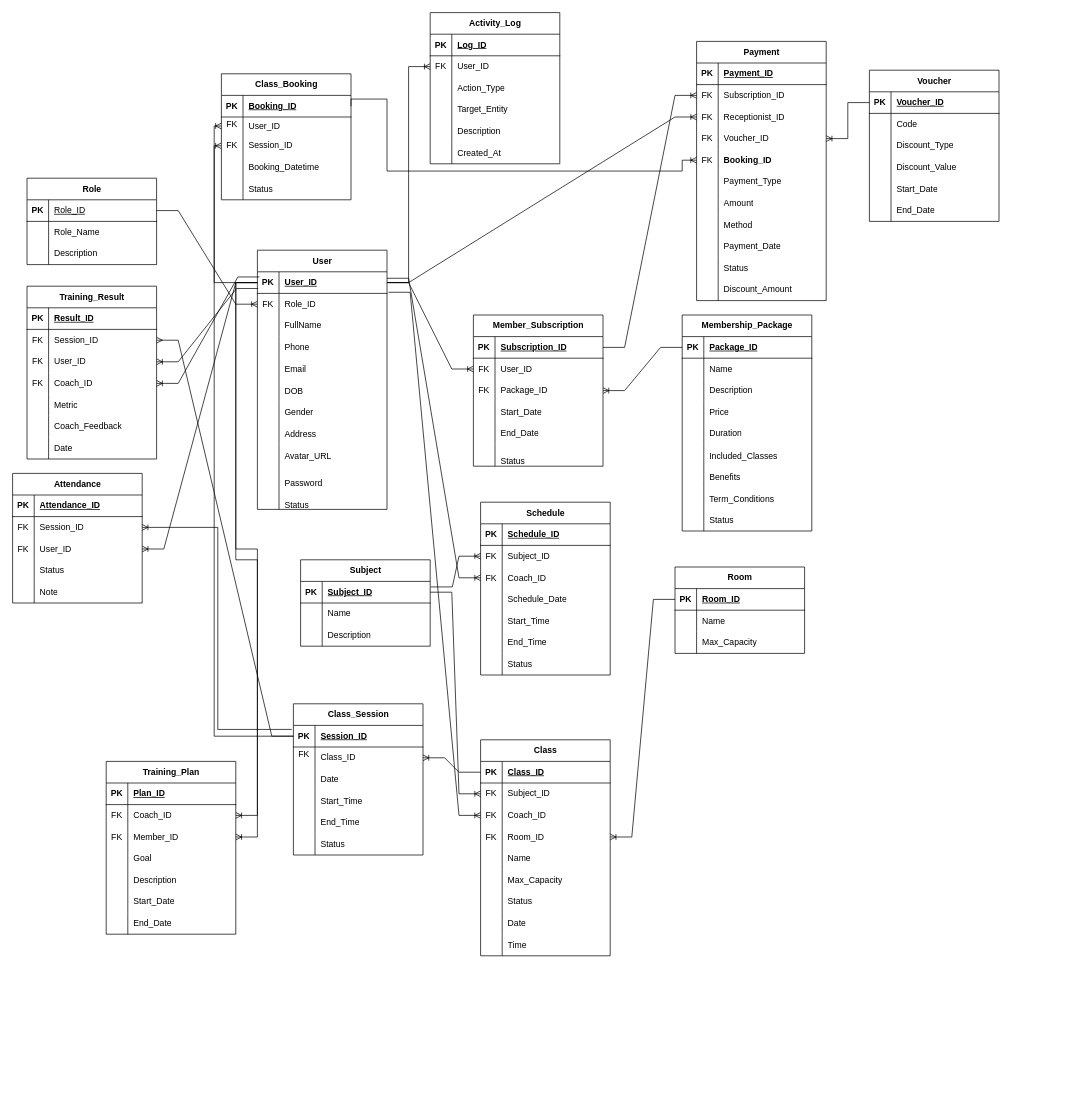
Before: docs/erd/logical-erd.drawio in SWP391-GROUP-3-26/BE-SWP, a draw.io diagram. Source tidied: cells renumbered, new cells numbered last; positions are measured from the earlier drawing's top-left corner, leaving out a move shared by most shapes. Both pictures are drawn from the tidied source at 72%, with x=0, y=0 at pixel (12, 12).
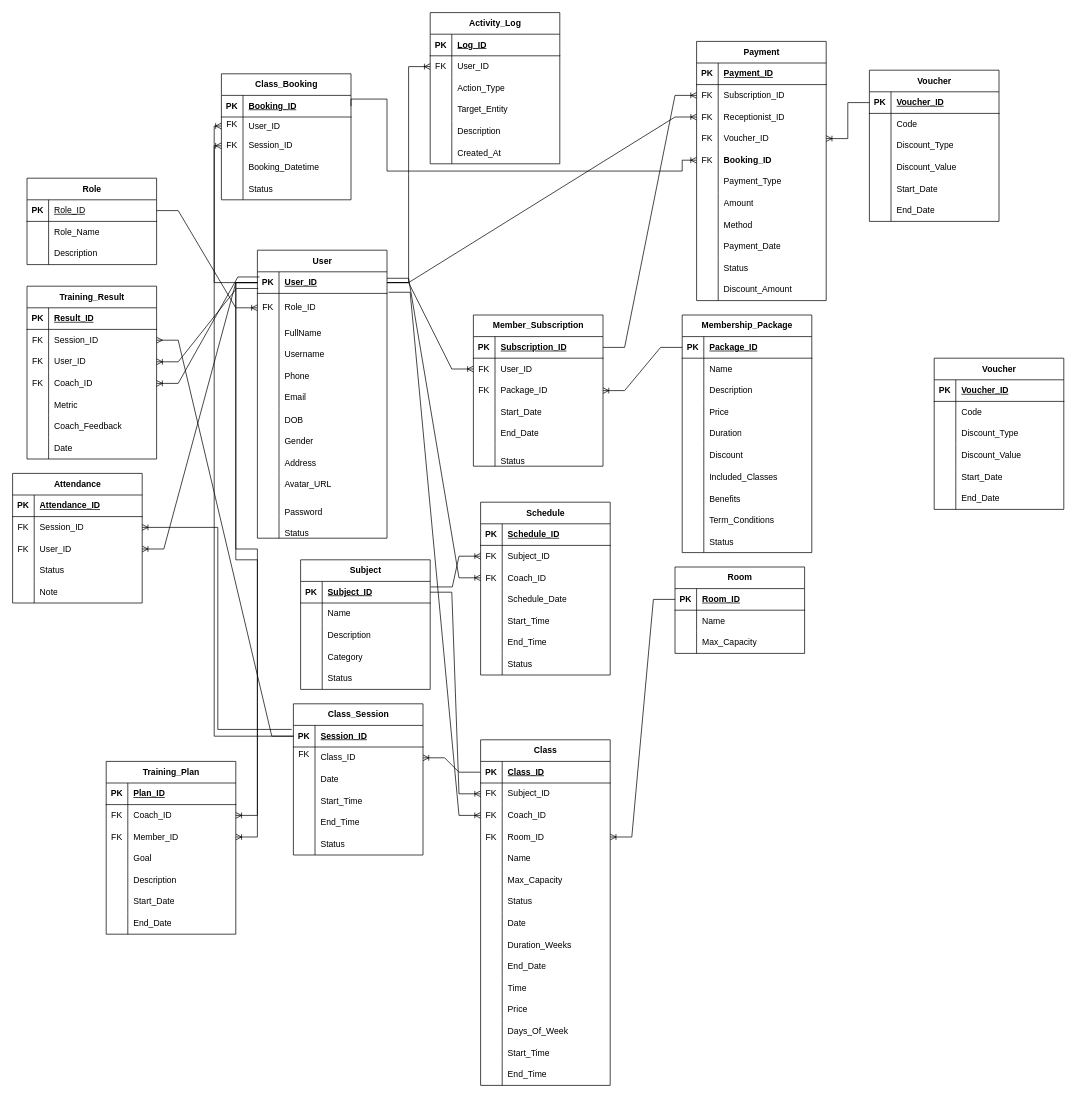
The same diagram, later.

Change to the diagram source:
```diff
@@
     <mxCell id="12" value="User" style="shape=table;startSize=30;childLayout=tableLayout;rowLines=0;fontStyle=1;align=center;html=1;" parent="1" vertex="1">
-      <mxGeometry x="340" y="330" width="180" height="360" as="geometry" />
+      <mxGeometry x="340" y="330" width="180" height="400" as="geometry" />
     </mxCell>
@@
     <mxCell id="16" style="shape=tableRow;horizontal=0;startSize=0;swimlaneHead=0;swimlaneBody=0;fillColor=none;points=[[0,0.5],[1,0.5]];portConstraint=eastwest;top=0;left=0;right=0;bottom=0;" parent="12" vertex="1">
-      <mxGeometry y="60" width="180" height="30" as="geometry" />
+      <mxGeometry y="60" width="180" height="40" as="geometry" />
     </mxCell>
     <mxCell id="17" value="FK" style="shape=partialRectangle;fillColor=none;top=0;left=0;bottom=0;right=0;overflow=hidden;whiteSpace=wrap;html=1;" parent="16" vertex="1">
-      <mxGeometry width="30" height="30" as="geometry" />
+      <mxGeometry width="30" height="40" as="geometry" />
     </mxCell>
     <mxCell id="18" value="Role_ID" style="shape=partialRectangle;fillColor=none;top=0;left=0;bottom=0;right=0;align=left;spacingLeft=6;overflow=hidden;whiteSpace=wrap;html=1;" parent="16" vertex="1">
-      <mxGeometry x="30" width="150" height="30" as="geometry" />
+      <mxGeometry x="30" width="150" height="40" as="geometry" />
     </mxCell>
     <mxCell id="19" style="shape=tableRow;horizontal=0;startSize=0;swimlaneHead=0;swimlaneBody=0;fillColor=none;top=0;left=0;right=0;bottom=0;" parent="12" vertex="1">
-      <mxGeometry y="90" width="180" height="30" as="geometry" />
+      <mxGeometry y="100" width="180" height="30" as="geometry" />
     </mxCell>
@@
+    <mxCell id="353" style="shape=tableRow;horizontal=0;startSize=0;swimlaneHead=0;swimlaneBody=0;fillColor=none;top=0;left=0;right=0;bottom=0;" parent="12" vertex="1">
+      <mxGeometry y="130" width="180" height="30" as="geometry" />
+    </mxCell>
+    <mxCell id="354" style="shape=partialRectangle;fillColor=none;top=0;left=0;bottom=0;right=0;overflow=hidden;whiteSpace=wrap;html=1;" parent="353" vertex="1">
+      <mxGeometry width="30" height="30" as="geometry" />
+    </mxCell>
+    <mxCell id="355" value="Username" style="shape=partialRectangle;fillColor=none;top=0;left=0;bottom=0;right=0;align=left;spacingLeft=6;overflow=hidden;whiteSpace=wrap;html=1;" parent="353" vertex="1">
+      <mxGeometry x="30" width="150" height="30" as="geometry" />
+    </mxCell>
     <mxCell id="22" style="shape=tableRow;horizontal=0;startSize=0;swimlaneHead=0;swimlaneBody=0;fillColor=none;top=0;left=0;right=0;bottom=0;" parent="12" vertex="1">
-      <mxGeometry y="120" width="180" height="30" as="geometry" />
+      <mxGeometry y="160" width="180" height="30" as="geometry" />
     </mxCell>
@@
     <mxCell id="25" style="shape=tableRow;horizontal=0;startSize=0;swimlaneHead=0;swimlaneBody=0;fillColor=none;top=0;left=0;right=0;bottom=0;" parent="12" vertex="1">
-      <mxGeometry y="150" width="180" height="30" as="geometry" />
+      <mxGeometry y="190" width="180" height="30" as="geometry" />
     </mxCell>
@@
     <mxCell id="28" style="shape=tableRow;horizontal=0;startSize=0;swimlaneHead=0;swimlaneBody=0;fillColor=none;top=0;left=0;right=0;bottom=0;" parent="12" vertex="1">
-      <mxGeometry y="180" width="180" height="30" as="geometry" />
+      <mxGeometry y="220" width="180" height="30" as="geometry" />
     </mxCell>
@@
     <mxCell id="31" style="shape=tableRow;horizontal=0;startSize=0;swimlaneHead=0;swimlaneBody=0;fillColor=none;top=0;left=0;right=0;bottom=0;" parent="12" vertex="1">
-      <mxGeometry y="210" width="180" height="30" as="geometry" />
+      <mxGeometry y="250" width="180" height="30" as="geometry" />
     </mxCell>
@@
     <mxCell id="34" style="shape=tableRow;horizontal=0;startSize=0;swimlaneHead=0;swimlaneBody=0;fillColor=none;top=0;left=0;right=0;bottom=0;" parent="12" vertex="1">
-      <mxGeometry y="240" width="180" height="30" as="geometry" />
+      <mxGeometry y="280" width="180" height="30" as="geometry" />
     </mxCell>
@@
     <mxCell id="37" style="shape=tableRow;horizontal=0;startSize=0;swimlaneHead=0;swimlaneBody=0;fillColor=none;top=0;left=0;right=0;bottom=0;" parent="12" vertex="1">
-      <mxGeometry y="270" width="180" height="30" as="geometry" />
+      <mxGeometry y="310" width="180" height="30" as="geometry" />
     </mxCell>
@@
     <mxCell id="40" style="shape=tableRow;horizontal=0;startSize=0;swimlaneHead=0;swimlaneBody=0;fillColor=none;top=0;left=0;right=0;bottom=0;" parent="12" vertex="1">
-      <mxGeometry y="300" width="180" height="30" as="geometry" />
+      <mxGeometry y="340" width="180" height="30" as="geometry" />
     </mxCell>
@@
     <mxCell id="43" style="shape=tableRow;horizontal=0;startSize=0;swimlaneHead=0;swimlaneBody=0;fillColor=none;top=0;left=0;right=0;bottom=0;" parent="12" vertex="1">
-      <mxGeometry y="330" width="180" height="30" as="geometry" />
+      <mxGeometry y="370" width="180" height="30" as="geometry" />
     </mxCell>
@@
     <mxCell id="46" value="Membership_Package" style="shape=table;startSize=30;childLayout=tableLayout;rowLines=0;fontStyle=1;align=center;html=1;" parent="1" vertex="1">
-      <mxGeometry x="930" y="420" width="180" height="300" as="geometry" />
+      <mxGeometry x="930" y="420" width="180" height="330" as="geometry" />
     </mxCell>
@@
+    <mxCell id="356" style="shape=tableRow;horizontal=0;startSize=0;swimlaneHead=0;swimlaneBody=0;fillColor=none;top=0;left=0;right=0;bottom=0;" parent="46" vertex="1">
+      <mxGeometry y="180" width="180" height="30" as="geometry" />
+    </mxCell>
+    <mxCell id="357" style="shape=partialRectangle;fillColor=none;top=0;left=0;bottom=0;right=0;overflow=hidden;whiteSpace=wrap;html=1;" parent="356" vertex="1">
+      <mxGeometry width="30" height="30" as="geometry" />
+    </mxCell>
+    <mxCell id="358" value="Discount" style="shape=partialRectangle;fillColor=none;top=0;left=0;bottom=0;right=0;align=left;spacingLeft=6;overflow=hidden;whiteSpace=wrap;html=1;" parent="356" vertex="1">
+      <mxGeometry x="30" width="150" height="30" as="geometry" />
+    </mxCell>
     <mxCell id="62" style="shape=tableRow;horizontal=0;startSize=0;swimlaneHead=0;swimlaneBody=0;fillColor=none;top=0;left=0;right=0;bottom=0;" parent="46" vertex="1">
-      <mxGeometry y="180" width="180" height="30" as="geometry" />
+      <mxGeometry y="210" width="180" height="30" as="geometry" />
     </mxCell>
@@
     <mxCell id="65" style="shape=tableRow;horizontal=0;startSize=0;swimlaneHead=0;swimlaneBody=0;fillColor=none;top=0;left=0;right=0;bottom=0;" parent="46" vertex="1">
-      <mxGeometry y="210" width="180" height="30" as="geometry" />
+      <mxGeometry y="240" width="180" height="30" as="geometry" />
     </mxCell>
@@
     <mxCell id="68" style="shape=tableRow;horizontal=0;startSize=0;swimlaneHead=0;swimlaneBody=0;fillColor=none;top=0;left=0;right=0;bottom=0;" parent="46" vertex="1">
-      <mxGeometry y="240" width="180" height="30" as="geometry" />
+      <mxGeometry y="270" width="180" height="30" as="geometry" />
     </mxCell>
@@
     <mxCell id="71" style="shape=tableRow;horizontal=0;startSize=0;swimlaneHead=0;swimlaneBody=0;fillColor=none;top=0;left=0;right=0;bottom=0;" parent="46" vertex="1">
-      <mxGeometry y="270" width="180" height="30" as="geometry" />
+      <mxGeometry y="300" width="180" height="30" as="geometry" />
     </mxCell>
@@
     <mxCell id="93" value="Subject" style="shape=table;startSize=30;childLayout=tableLayout;rowLines=0;fontStyle=1;align=center;html=1;" parent="1" vertex="1">
-      <mxGeometry x="400" y="760" width="180" height="120" as="geometry" />
+      <mxGeometry x="400" y="760" width="180" height="180" as="geometry" />
     </mxCell>
@@
+    <mxCell id="359" style="shape=tableRow;horizontal=0;startSize=0;swimlaneHead=0;swimlaneBody=0;fillColor=none;top=0;left=0;right=0;bottom=0;" parent="93" vertex="1">
+      <mxGeometry y="120" width="180" height="30" as="geometry" />
+    </mxCell>
+    <mxCell id="360" style="shape=partialRectangle;fillColor=none;top=0;left=0;bottom=0;right=0;overflow=hidden;whiteSpace=wrap;html=1;" parent="359" vertex="1">
+      <mxGeometry width="30" height="30" as="geometry" />
+    </mxCell>
+    <mxCell id="361" value="Category" style="shape=partialRectangle;fillColor=none;top=0;left=0;bottom=0;right=0;align=left;spacingLeft=6;overflow=hidden;whiteSpace=wrap;html=1;" parent="359" vertex="1">
+      <mxGeometry x="30" width="150" height="30" as="geometry" />
+    </mxCell>
+    <mxCell id="362" style="shape=tableRow;horizontal=0;startSize=0;swimlaneHead=0;swimlaneBody=0;fillColor=none;top=0;left=0;right=0;bottom=0;" parent="93" vertex="1">
+      <mxGeometry y="150" width="180" height="30" as="geometry" />
+    </mxCell>
+    <mxCell id="363" style="shape=partialRectangle;fillColor=none;top=0;left=0;bottom=0;right=0;overflow=hidden;whiteSpace=wrap;html=1;" parent="362" vertex="1">
+      <mxGeometry width="30" height="30" as="geometry" />
+    </mxCell>
+    <mxCell id="364" value="Status" style="shape=partialRectangle;fillColor=none;top=0;left=0;bottom=0;right=0;align=left;spacingLeft=6;overflow=hidden;whiteSpace=wrap;html=1;" parent="362" vertex="1">
+      <mxGeometry x="30" width="150" height="30" as="geometry" />
+    </mxCell>
@@
     <mxCell id="113" value="Class" style="shape=table;startSize=30;childLayout=tableLayout;rowLines=0;fontStyle=1;align=center;html=1;" parent="1" vertex="1">
-      <mxGeometry x="650" y="1010" width="180" height="300" as="geometry" />
+      <mxGeometry x="650" y="1010" width="180" height="480" as="geometry" />
     </mxCell>
@@
+    <mxCell id="365" style="shape=tableRow;horizontal=0;startSize=0;swimlaneHead=0;swimlaneBody=0;fillColor=none;top=0;left=0;right=0;bottom=0;" parent="113" vertex="1">
+      <mxGeometry y="270" width="180" height="30" as="geometry" />
+    </mxCell>
+    <mxCell id="366" style="shape=partialRectangle;fillColor=none;top=0;left=0;bottom=0;right=0;overflow=hidden;whiteSpace=wrap;html=1;" parent="365" vertex="1">
+      <mxGeometry width="30" height="30" as="geometry" />
+    </mxCell>
+    <mxCell id="367" value="Duration_Weeks" style="shape=partialRectangle;fillColor=none;top=0;left=0;bottom=0;right=0;align=left;spacingLeft=6;overflow=hidden;whiteSpace=wrap;html=1;" parent="365" vertex="1">
+      <mxGeometry x="30" width="150" height="30" as="geometry" />
+    </mxCell>
+    <mxCell id="368" style="shape=tableRow;horizontal=0;startSize=0;swimlaneHead=0;swimlaneBody=0;fillColor=none;top=0;left=0;right=0;bottom=0;" parent="113" vertex="1">
+      <mxGeometry y="300" width="180" height="30" as="geometry" />
+    </mxCell>
+    <mxCell id="369" style="shape=partialRectangle;fillColor=none;top=0;left=0;bottom=0;right=0;overflow=hidden;whiteSpace=wrap;html=1;" parent="368" vertex="1">
+      <mxGeometry width="30" height="30" as="geometry" />
+    </mxCell>
+    <mxCell id="370" value="End_Date" style="shape=partialRectangle;fillColor=none;top=0;left=0;bottom=0;right=0;align=left;spacingLeft=6;overflow=hidden;whiteSpace=wrap;html=1;" parent="368" vertex="1">
+      <mxGeometry x="30" width="150" height="30" as="geometry" />
+    </mxCell>
     <mxCell id="138" style="shape=tableRow;horizontal=0;startSize=0;swimlaneHead=0;swimlaneBody=0;fillColor=none;top=0;left=0;right=0;bottom=0;" parent="113" vertex="1">
-      <mxGeometry y="270" width="180" height="30" as="geometry" />
+      <mxGeometry y="330" width="180" height="30" as="geometry" />
     </mxCell>
@@
+    <mxCell id="371" style="shape=tableRow;horizontal=0;startSize=0;swimlaneHead=0;swimlaneBody=0;fillColor=none;top=0;left=0;right=0;bottom=0;" parent="113" vertex="1">
+      <mxGeometry y="360" width="180" height="30" as="geometry" />
+    </mxCell>
+    <mxCell id="372" style="shape=partialRectangle;fillColor=none;top=0;left=0;bottom=0;right=0;overflow=hidden;whiteSpace=wrap;html=1;" parent="371" vertex="1">
+      <mxGeometry width="30" height="30" as="geometry" />
+    </mxCell>
+    <mxCell id="373" value="Price" style="shape=partialRectangle;fillColor=none;top=0;left=0;bottom=0;right=0;align=left;spacingLeft=6;overflow=hidden;whiteSpace=wrap;html=1;" parent="371" vertex="1">
+      <mxGeometry x="30" width="150" height="30" as="geometry" />
+    </mxCell>
+    <mxCell id="374" style="shape=tableRow;horizontal=0;startSize=0;swimlaneHead=0;swimlaneBody=0;fillColor=none;top=0;left=0;right=0;bottom=0;" parent="113" vertex="1">
+      <mxGeometry y="390" width="180" height="30" as="geometry" />
+    </mxCell>
+    <mxCell id="375" style="shape=partialRectangle;fillColor=none;top=0;left=0;bottom=0;right=0;overflow=hidden;whiteSpace=wrap;html=1;" parent="374" vertex="1">
+      <mxGeometry width="30" height="30" as="geometry" />
+    </mxCell>
+    <mxCell id="376" value="Days_Of_Week" style="shape=partialRectangle;fillColor=none;top=0;left=0;bottom=0;right=0;align=left;spacingLeft=6;overflow=hidden;whiteSpace=wrap;html=1;" parent="374" vertex="1">
+      <mxGeometry x="30" width="150" height="30" as="geometry" />
+    </mxCell>
+    <mxCell id="377" style="shape=tableRow;horizontal=0;startSize=0;swimlaneHead=0;swimlaneBody=0;fillColor=none;top=0;left=0;right=0;bottom=0;" parent="113" vertex="1">
+      <mxGeometry y="420" width="180" height="30" as="geometry" />
+    </mxCell>
+    <mxCell id="378" style="shape=partialRectangle;fillColor=none;top=0;left=0;bottom=0;right=0;overflow=hidden;whiteSpace=wrap;html=1;" parent="377" vertex="1">
+      <mxGeometry width="30" height="30" as="geometry" />
+    </mxCell>
+    <mxCell id="379" value="Start_Time" style="shape=partialRectangle;fillColor=none;top=0;left=0;bottom=0;right=0;align=left;spacingLeft=6;overflow=hidden;whiteSpace=wrap;html=1;" parent="377" vertex="1">
+      <mxGeometry x="30" width="150" height="30" as="geometry" />
+    </mxCell>
+    <mxCell id="380" style="shape=tableRow;horizontal=0;startSize=0;swimlaneHead=0;swimlaneBody=0;fillColor=none;top=0;left=0;right=0;bottom=0;" parent="113" vertex="1">
+      <mxGeometry y="450" width="180" height="30" as="geometry" />
+    </mxCell>
+    <mxCell id="381" style="shape=partialRectangle;fillColor=none;top=0;left=0;bottom=0;right=0;overflow=hidden;whiteSpace=wrap;html=1;" parent="380" vertex="1">
+      <mxGeometry width="30" height="30" as="geometry" />
+    </mxCell>
+    <mxCell id="382" value="End_Time" style="shape=partialRectangle;fillColor=none;top=0;left=0;bottom=0;right=0;align=left;spacingLeft=6;overflow=hidden;whiteSpace=wrap;html=1;" parent="380" vertex="1">
+      <mxGeometry x="30" width="150" height="30" as="geometry" />
+    </mxCell>
@@
+    <mxCell id="383" value="Voucher" style="shape=table;startSize=30;childLayout=tableLayout;rowLines=0;fontStyle=1;align=center;html=1;" parent="1" vertex="1">
+      <mxGeometry x="1280" y="480" width="180" height="210" as="geometry" />
+    </mxCell>
+    <mxCell id="384" style="shape=tableRow;horizontal=0;startSize=0;swimlaneHead=0;swimlaneBody=0;fillColor=none;top=0;left=0;right=0;bottom=1;" parent="383" vertex="1">
+      <mxGeometry y="30" width="180" height="30" as="geometry" />
+    </mxCell>
+    <mxCell id="385" value="PK" style="shape=partialRectangle;fillColor=none;top=0;left=0;bottom=0;right=0;fontStyle=1;overflow=hidden;whiteSpace=wrap;html=1;" parent="384" vertex="1">
+      <mxGeometry width="30" height="30" as="geometry" />
+    </mxCell>
+    <mxCell id="386" value="Voucher_ID" style="shape=partialRectangle;fillColor=none;top=0;left=0;bottom=0;right=0;align=left;spacingLeft=6;fontStyle=5;overflow=hidden;whiteSpace=wrap;html=1;" parent="384" vertex="1">
+      <mxGeometry x="30" width="150" height="30" as="geometry" />
+    </mxCell>
+    <mxCell id="387" style="shape=tableRow;horizontal=0;startSize=0;swimlaneHead=0;swimlaneBody=0;fillColor=none;top=0;left=0;right=0;bottom=0;" parent="383" vertex="1">
+      <mxGeometry y="60" width="180" height="30" as="geometry" />
+    </mxCell>
+    <mxCell id="388" style="shape=partialRectangle;fillColor=none;top=0;left=0;bottom=0;right=0;overflow=hidden;whiteSpace=wrap;html=1;" parent="387" vertex="1">
+      <mxGeometry width="30" height="30" as="geometry" />
+    </mxCell>
+    <mxCell id="389" value="Code" style="shape=partialRectangle;fillColor=none;top=0;left=0;bottom=0;right=0;align=left;spacingLeft=6;overflow=hidden;whiteSpace=wrap;html=1;" parent="387" vertex="1">
+      <mxGeometry x="30" width="150" height="30" as="geometry" />
+    </mxCell>
+    <mxCell id="390" style="shape=tableRow;horizontal=0;startSize=0;swimlaneHead=0;swimlaneBody=0;fillColor=none;top=0;left=0;right=0;bottom=0;" parent="383" vertex="1">
+      <mxGeometry y="90" width="180" height="30" as="geometry" />
+    </mxCell>
+    <mxCell id="391" style="shape=partialRectangle;fillColor=none;top=0;left=0;bottom=0;right=0;overflow=hidden;whiteSpace=wrap;html=1;" parent="390" vertex="1">
+      <mxGeometry width="30" height="30" as="geometry" />
+    </mxCell>
+    <mxCell id="392" value="Discount_Type" style="shape=partialRectangle;fillColor=none;top=0;left=0;bottom=0;right=0;align=left;spacingLeft=6;overflow=hidden;whiteSpace=wrap;html=1;" parent="390" vertex="1">
+      <mxGeometry x="30" width="150" height="30" as="geometry" />
+    </mxCell>
+    <mxCell id="393" style="shape=tableRow;horizontal=0;startSize=0;swimlaneHead=0;swimlaneBody=0;fillColor=none;top=0;left=0;right=0;bottom=0;" parent="383" vertex="1">
+      <mxGeometry y="120" width="180" height="30" as="geometry" />
+    </mxCell>
+    <mxCell id="394" style="shape=partialRectangle;fillColor=none;top=0;left=0;bottom=0;right=0;overflow=hidden;whiteSpace=wrap;html=1;" parent="393" vertex="1">
+      <mxGeometry width="30" height="30" as="geometry" />
+    </mxCell>
+    <mxCell id="395" value="Discount_Value" style="shape=partialRectangle;fillColor=none;top=0;left=0;bottom=0;right=0;align=left;spacingLeft=6;overflow=hidden;whiteSpace=wrap;html=1;" parent="393" vertex="1">
+      <mxGeometry x="30" width="150" height="30" as="geometry" />
+    </mxCell>
+    <mxCell id="396" style="shape=tableRow;horizontal=0;startSize=0;swimlaneHead=0;swimlaneBody=0;fillColor=none;top=0;left=0;right=0;bottom=0;" parent="383" vertex="1">
+      <mxGeometry y="150" width="180" height="30" as="geometry" />
+    </mxCell>
+    <mxCell id="397" style="shape=partialRectangle;fillColor=none;top=0;left=0;bottom=0;right=0;overflow=hidden;whiteSpace=wrap;html=1;" parent="396" vertex="1">
+      <mxGeometry width="30" height="30" as="geometry" />
+    </mxCell>
+    <mxCell id="398" value="Start_Date" style="shape=partialRectangle;fillColor=none;top=0;left=0;bottom=0;right=0;align=left;spacingLeft=6;overflow=hidden;whiteSpace=wrap;html=1;" parent="396" vertex="1">
+      <mxGeometry x="30" width="150" height="30" as="geometry" />
+    </mxCell>
+    <mxCell id="399" style="shape=tableRow;horizontal=0;startSize=0;swimlaneHead=0;swimlaneBody=0;fillColor=none;top=0;left=0;right=0;bottom=0;" parent="383" vertex="1">
+      <mxGeometry y="180" width="180" height="30" as="geometry" />
+    </mxCell>
+    <mxCell id="400" style="shape=partialRectangle;fillColor=none;top=0;left=0;bottom=0;right=0;overflow=hidden;whiteSpace=wrap;html=1;" parent="399" vertex="1">
+      <mxGeometry width="30" height="30" as="geometry" />
+    </mxCell>
+    <mxCell id="401" value="End_Date" style="shape=partialRectangle;fillColor=none;top=0;left=0;bottom=0;right=0;align=left;spacingLeft=6;overflow=hidden;whiteSpace=wrap;html=1;" parent="399" vertex="1">
+      <mxGeometry x="30" width="150" height="30" as="geometry" />
+    </mxCell>
```
